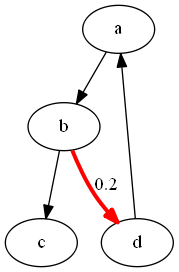
The Graphviz diagram src/os/img/fileS.png in LucasLagrimante/teoriaDosGrafos, before a commit. Its source is kept beside it as src/os/dot/fileS.dot. Its diagram source:
```dot
digraph G {
     a -> b -> c;
     b -> d [label="0.2",color=red,penwidth=3.0 ];
     d -> a;
 }
```
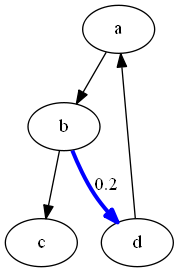
The same file after the commit.

What changed in the source:
```diff
@@ -1,5 +1,5 @@
 digraph G {
      a -> b -> c;
-     b -> d [label="0.2",color=red,penwidth=3.0 ];
+     b -> d [label="0.2",color=blue,penwidth=3.0 ];
      d -> a;
  }
```
